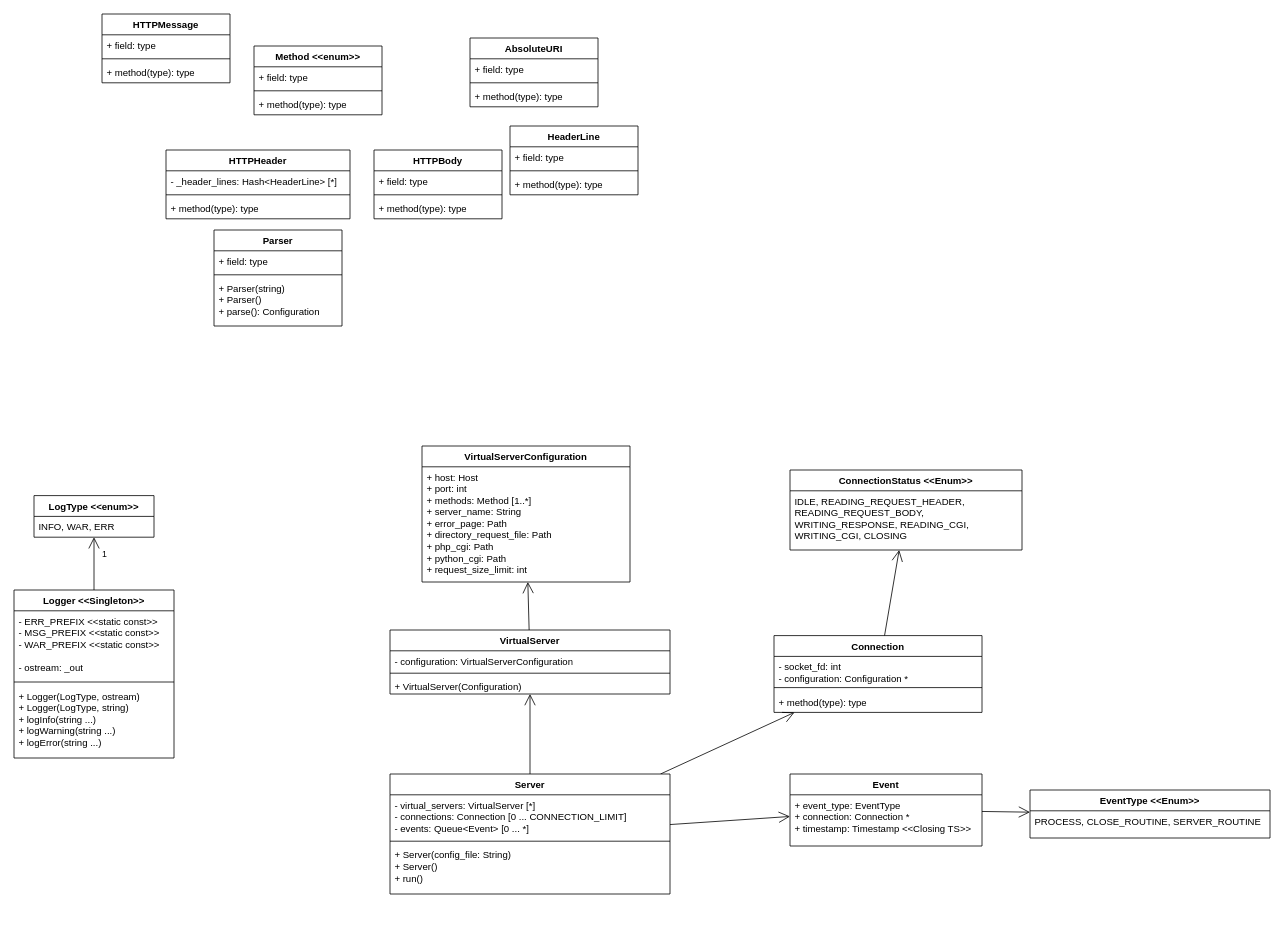
Earlier version of the draw.io diagram docs/class_diagram.drawio (Kevin-Seligmann/webserv). Source tidied: cells renumbered, new cells numbered last; positions are measured from the earlier drawing's top-left corner, leaving out a move shared by most shapes. Both pictures are drawn from the tidied source at 80%, with x=0, y=0 at pixel (14, 14).
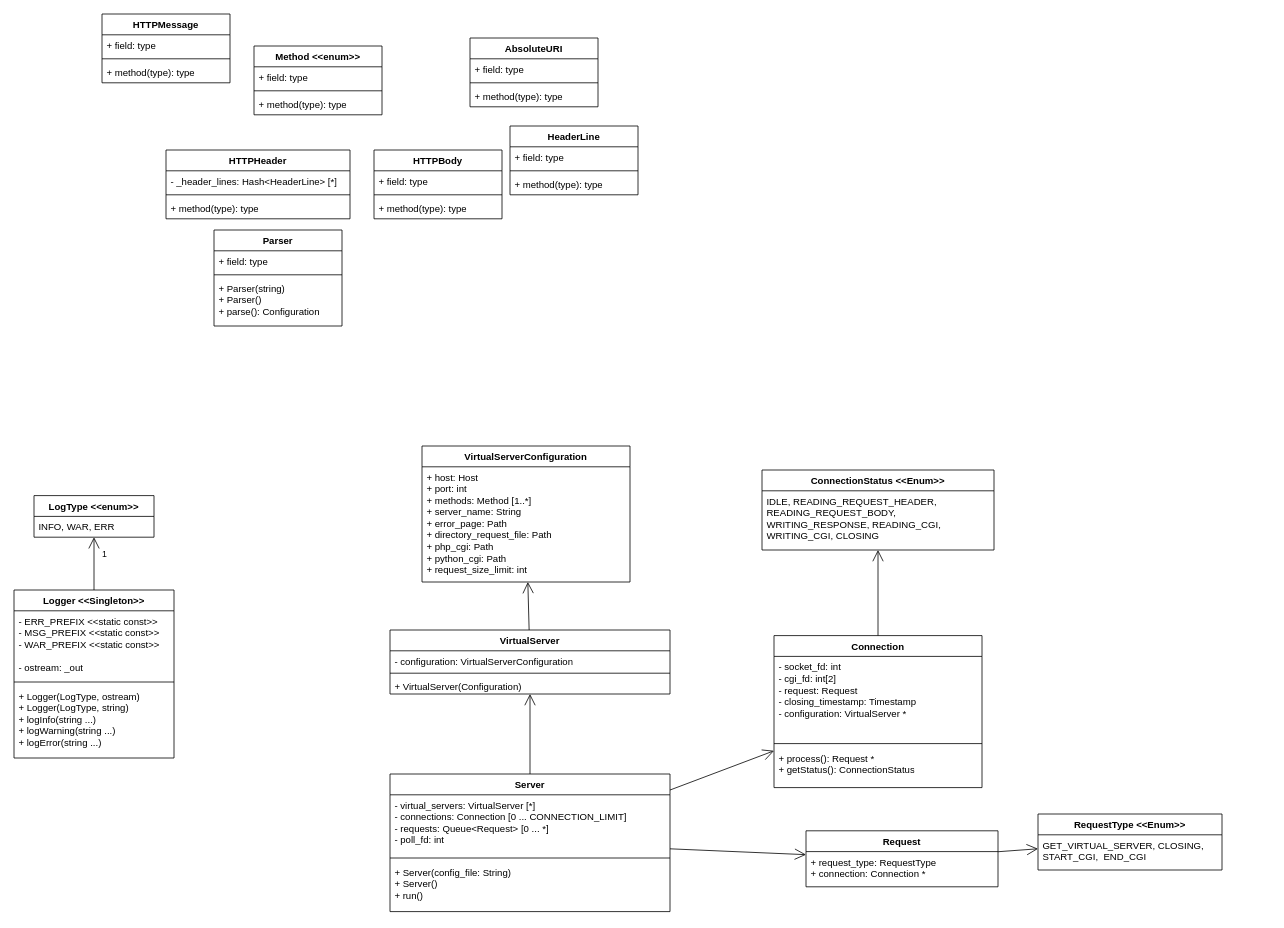
Above is the later version.

Diff of the diagram source:
```diff
@@
     <mxCell id="43" value="Connection" style="swimlane;fontStyle=1;align=center;verticalAlign=top;horizontal=1;startSize=26;whiteSpace=wrap;html=1;" parent="1" vertex="1">
-      <mxGeometry x="950" y="777" width="260" height="96" as="geometry" />
+      <mxGeometry x="950" y="777" width="260" height="190" as="geometry" />
     </mxCell>
-    <mxCell id="44" value="- socket_fd: int&lt;div&gt;- configuration: Configuration *&lt;/div&gt;" style="text;strokeColor=none;fillColor=none;align=left;verticalAlign=top;spacingLeft=4;spacingRight=4;overflow=hidden;whiteSpace=wrap;html=1;" parent="43" vertex="1">
-      <mxGeometry y="26" width="260" height="34" as="geometry" />
+    <mxCell id="44" value="- socket_fd: int&lt;div&gt;- cgi_fd: int[2]&lt;br&gt;&lt;div&gt;- request: Request&lt;br&gt;&lt;div&gt;&lt;span style=&quot;background-color: transparent; color: light-dark(rgb(0, 0, 0), rgb(255, 255, 255));&quot;&gt;- closing_timestamp: Timestamp&lt;/span&gt;&lt;/div&gt;&lt;/div&gt;&lt;div&gt;- configuration: VirtualServer *&lt;/div&gt;&lt;/div&gt;" style="text;strokeColor=none;fillColor=none;align=left;verticalAlign=top;spacingLeft=4;spacingRight=4;overflow=hidden;whiteSpace=wrap;html=1;" parent="43" vertex="1">
+      <mxGeometry y="26" width="260" height="104" as="geometry" />
     </mxCell>
     <mxCell id="45" style="line;strokeWidth=1;fillColor=none;align=left;verticalAlign=middle;spacingTop=-1;spacingLeft=3;spacingRight=3;labelPosition=right;strokeColor=inherit;" parent="43" vertex="1">
-      <mxGeometry y="60" width="260" height="10" as="geometry" />
+      <mxGeometry y="130" width="260" height="10" as="geometry" />
     </mxCell>
-    <mxCell id="46" value="+ method(type): type" style="text;strokeColor=none;fillColor=none;align=left;verticalAlign=top;spacingLeft=4;spacingRight=4;overflow=hidden;whiteSpace=wrap;html=1;" parent="43" vertex="1">
-      <mxGeometry y="70" width="260" height="26" as="geometry" />
+    <mxCell id="46" value="+ process(): Request *&lt;div&gt;+ getStatus(): ConnectionStatus&lt;/div&gt;" style="text;strokeColor=none;fillColor=none;align=left;verticalAlign=top;spacingLeft=4;spacingRight=4;overflow=hidden;whiteSpace=wrap;html=1;" parent="43" vertex="1">
+      <mxGeometry y="140" width="260" height="50" as="geometry" />
     </mxCell>
     <mxCell id="47" value="ConnectionStatus &amp;lt;&amp;lt;Enum&amp;gt;&amp;gt;" style="swimlane;fontStyle=1;align=center;verticalAlign=top;horizontal=1;startSize=26;whiteSpace=wrap;html=1;" parent="1" vertex="1">
-      <mxGeometry x="970" y="570" width="290" height="100" as="geometry" />
+      <mxGeometry x="935" y="570" width="290" height="100" as="geometry" />
     </mxCell>
@@
-    <mxCell id="51" value="Event" style="swimlane;fontStyle=1;align=center;verticalAlign=top;horizontal=1;startSize=26;whiteSpace=wrap;html=1;" parent="1" vertex="1">
-      <mxGeometry x="970" y="950" width="240" height="90" as="geometry" />
+    <mxCell id="51" value="Request" style="swimlane;fontStyle=1;align=center;verticalAlign=top;horizontal=1;startSize=26;whiteSpace=wrap;html=1;" parent="1" vertex="1">
+      <mxGeometry x="990" y="1021" width="240" height="70" as="geometry" />
     </mxCell>
-    <mxCell id="52" value="+ event_type: EventType&lt;div&gt;&lt;span style=&quot;background-color: transparent; color: light-dark(rgb(0, 0, 0), rgb(255, 255, 255));&quot;&gt;+ connection: Connection *&lt;/span&gt;&lt;/div&gt;&lt;div&gt;+ timestamp: Timestamp &amp;lt;&amp;lt;Closing TS&amp;gt;&amp;gt;&lt;br&gt;&lt;div&gt;&lt;br&gt;&lt;/div&gt;&lt;/div&gt;" style="text;strokeColor=none;fillColor=none;align=left;verticalAlign=top;spacingLeft=4;spacingRight=4;overflow=hidden;whiteSpace=wrap;html=1;" parent="51" vertex="1">
-      <mxGeometry y="26" width="240" height="64" as="geometry" />
+    <mxCell id="52" value="+ request_type: RequestType&lt;div&gt;&lt;span style=&quot;background-color: transparent; color: light-dark(rgb(0, 0, 0), rgb(255, 255, 255));&quot;&gt;+ connection: Connection *&lt;/span&gt;&lt;/div&gt;&lt;div&gt;&lt;br&gt;&lt;/div&gt;" style="text;strokeColor=none;fillColor=none;align=left;verticalAlign=top;spacingLeft=4;spacingRight=4;overflow=hidden;whiteSpace=wrap;html=1;" parent="51" vertex="1">
+      <mxGeometry y="26" width="240" height="44" as="geometry" />
     </mxCell>
-    <mxCell id="53" value="EventType &amp;lt;&amp;lt;Enum&amp;gt;&amp;gt;" style="swimlane;fontStyle=1;align=center;verticalAlign=top;horizontal=1;startSize=26;whiteSpace=wrap;html=1;" parent="1" vertex="1">
-      <mxGeometry x="1270" y="970" width="300" height="60" as="geometry" />
+    <mxCell id="53" value="RequestType &amp;lt;&amp;lt;Enum&amp;gt;&amp;gt;" style="swimlane;fontStyle=1;align=center;verticalAlign=top;horizontal=1;startSize=26;whiteSpace=wrap;html=1;" parent="1" vertex="1">
+      <mxGeometry x="1280" y="1000" width="230" height="70" as="geometry" />
     </mxCell>
-    <mxCell id="54" value="PROCESS, CLOSE_ROUTINE, SERVER_ROUTINE" style="text;strokeColor=none;fillColor=none;align=left;verticalAlign=top;spacingLeft=4;spacingRight=4;overflow=hidden;whiteSpace=wrap;html=1;" parent="53" vertex="1">
-      <mxGeometry y="26" width="300" height="34" as="geometry" />
+    <mxCell id="54" value="GET_VIRTUAL_SERVER, CLOSING, START_CGI,&amp;nbsp; END_CGI" style="text;strokeColor=none;fillColor=none;align=left;verticalAlign=top;spacingLeft=4;spacingRight=4;overflow=hidden;whiteSpace=wrap;html=1;" parent="53" vertex="1">
+      <mxGeometry y="26" width="230" height="44" as="geometry" />
     </mxCell>
@@
     <mxCell id="57" value="Server" style="swimlane;fontStyle=1;align=center;verticalAlign=top;horizontal=1;startSize=26;whiteSpace=wrap;html=1;" parent="1" vertex="1">
-      <mxGeometry x="470" y="950" width="350" height="150" as="geometry" />
+      <mxGeometry x="470" y="950" width="350" height="172" as="geometry" />
     </mxCell>
-    <mxCell id="58" value="- virtual_servers: VirtualServer [*]&lt;div&gt;- connections: Connection [0 ... CONNECTION_LIMIT]&lt;/div&gt;&lt;div&gt;&lt;div&gt;&lt;div&gt;&lt;span style=&quot;background-color: transparent; color: light-dark(rgb(0, 0, 0), rgb(255, 255, 255));&quot;&gt;- events: Queue&amp;lt;Event&amp;gt; [0 ... *]&lt;/span&gt;&lt;/div&gt;&lt;/div&gt;&lt;div&gt;&lt;span style=&quot;background-color: transparent; color: light-dark(rgb(0, 0, 0), rgb(255, 255, 255));&quot;&gt;&lt;br&gt;&lt;/span&gt;&lt;/div&gt;&lt;/div&gt;" style="text;strokeColor=none;fillColor=none;align=left;verticalAlign=top;spacingLeft=4;spacingRight=4;overflow=hidden;whiteSpace=wrap;html=1;" parent="57" vertex="1">
-      <mxGeometry y="26" width="350" height="54" as="geometry" />
+    <mxCell id="58" value="- virtual_servers: VirtualServer [*]&lt;div&gt;- connections: Connection [0 ... CONNECTION_LIMIT]&lt;/div&gt;&lt;div&gt;&lt;div&gt;&lt;div&gt;&lt;span style=&quot;background-color: transparent; color: light-dark(rgb(0, 0, 0), rgb(255, 255, 255));&quot;&gt;- requests: Queue&amp;lt;Request&amp;gt; [0 ... *]&lt;/span&gt;&lt;/div&gt;&lt;/div&gt;&lt;div&gt;&lt;span style=&quot;background-color: transparent; color: light-dark(rgb(0, 0, 0), rgb(255, 255, 255));&quot;&gt;- poll_fd: int&lt;/span&gt;&lt;/div&gt;&lt;/div&gt;" style="text;strokeColor=none;fillColor=none;align=left;verticalAlign=top;spacingLeft=4;spacingRight=4;overflow=hidden;whiteSpace=wrap;html=1;" parent="57" vertex="1">
+      <mxGeometry y="26" width="350" height="74" as="geometry" />
     </mxCell>
     <mxCell id="59" style="line;strokeWidth=1;fillColor=none;align=left;verticalAlign=middle;spacingTop=-1;spacingLeft=3;spacingRight=3;labelPosition=right;strokeColor=inherit;" parent="57" vertex="1">
-      <mxGeometry y="80" width="350" height="8" as="geometry" />
+      <mxGeometry y="100" width="350" height="10" as="geometry" />
     </mxCell>
     <mxCell id="60" value="+ Server(config_file: String)&lt;div&gt;&lt;div&gt;+ Server()&lt;/div&gt;&lt;/div&gt;&lt;div&gt;+ run()&lt;/div&gt;" style="text;strokeColor=none;fillColor=none;align=left;verticalAlign=top;spacingLeft=4;spacingRight=4;overflow=hidden;whiteSpace=wrap;html=1;" parent="57" vertex="1">
-      <mxGeometry y="88" width="350" height="62" as="geometry" />
+      <mxGeometry y="110" width="350" height="62" as="geometry" />
     </mxCell>
```
